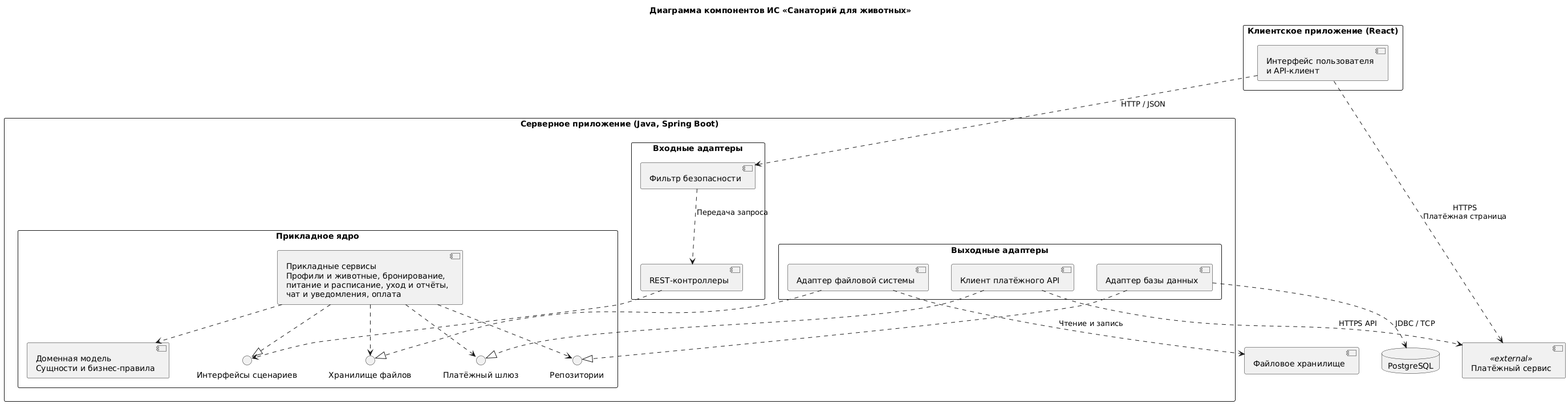
Above: docs/диаграмма компонентов .png in wwwyssa/IS-course-project (PlantUML), before the change.
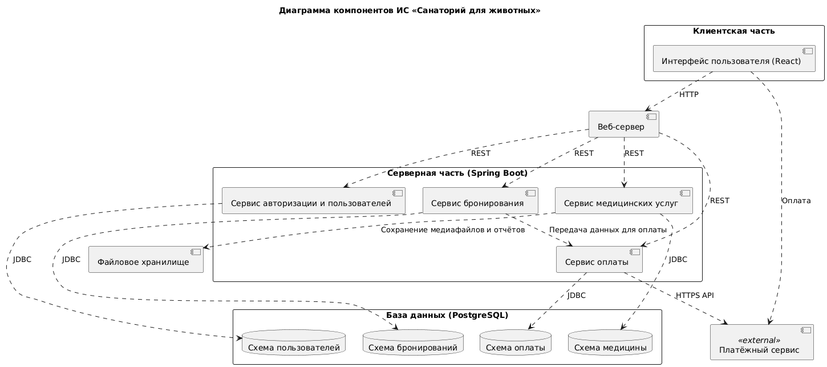
After the commit.

Change to the diagram source:
```diff
@@ -5,53 +5,47 @@
 skinparam defaultFontName Arial
 skinparam componentStyle uml2
 skinparam packageStyle rectangle
-skinparam nodesep 40
-skinparam ranksep 50
+skinparam nodesep 30
+skinparam ranksep 40
 
-package "Клиентское приложение (React)" {
-  component "Интерфейс пользователя\nи API-клиент" as frontend
+package "Клиентская часть" {
+  component "Интерфейс пользователя (React)" as frontend
 }
 
-package "Серверное приложение (Java, Spring Boot)" {
-  package "Входные адаптеры" {
-    component "Фильтр безопасности" as security
-    component "REST-контроллеры" as controllers
-    security ..> controllers : Передача запроса
-  }
+component "Веб-сервер" as webServer
 
-  package "Прикладное ядро" {
-    interface "Интерфейсы сценариев" as inbound
-    component "Прикладные сервисы\nПрофили и животные, бронирование,\nпитание и расписание, уход и отчёты,\nчат и уведомления, оплата" as services
-    component "Доменная модель\nСущности и бизнес-правила" as domain
-    interface "Репозитории" as dataPort
-    interface "Хранилище файлов" as filePort
-    interface "Платёжный шлюз" as paymentPort
-
-    services ..|> inbound
-    services ..> domain
-    services ..> dataPort
-    services ..> filePort
-    services ..> paymentPort
-  }
-
-  package "Выходные адаптеры" {
-    component "Адаптер базы данных" as persistence
-    component "Адаптер файловой системы" as fileAdapter
-    component "Клиент платёжного API" as paymentAdapter
-  }
+package "Серверная часть (Spring Boot)" {
+  component "Сервис авторизации и пользователей" as authService
+  component "Сервис бронирования" as bookingService
+  component "Сервис медицинских услуг" as medicalService
+  component "Сервис оплаты" as paymentService
 }
 
-database "PostgreSQL" as db
+package "База данных (PostgreSQL)" {
+  database "Схема пользователей" as dbAuth
+  database "Схема бронирований" as dbBooking
+  database "Схема медицины" as dbMedical
+  database "Схема оплаты" as dbPayment
+}
+
 component "Файловое хранилище" as storage
-component "Платёжный сервис" as payment <<external>>
+component "Платёжный сервис" as externalPayment <<external>>
 
-frontend ..> security : HTTP / JSON
-controllers ..> inbound
-persistence ..|> dataPort
-fileAdapter ..|> filePort
-paymentAdapter ..|> paymentPort
-persistence ..> db : JDBC / TCP
-fileAdapter ..> storage : Чтение и запись
-paymentAdapter ..> payment : HTTPS API
-frontend ..> payment : HTTPS\nПлатёжная страница
+frontend ..> webServer : HTTP
+
+webServer ..> authService : REST
+webServer ..> bookingService : REST
+webServer ..> medicalService : REST
+webServer ..> paymentService : REST
+
+bookingService ..> paymentService : Передача данных для оплаты
+
+authService ..> dbAuth : JDBC
+bookingService ..> dbBooking : JDBC
+medicalService ..> dbMedical : JDBC
+paymentService ..> dbPayment : JDBC
+
+medicalService ..> storage : Сохранение медиафайлов и отчётов
+paymentService ..> externalPayment : HTTPS API
+frontend ..> externalPayment : Оплата
 @enduml
```
